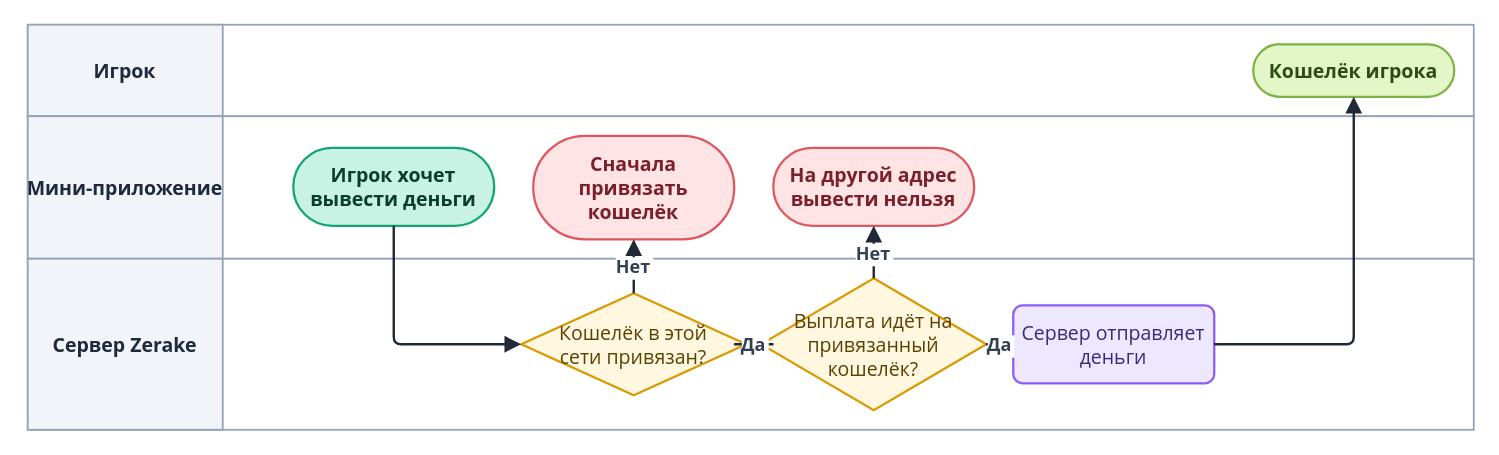
Above: diagrams/drawio/payout-wallet.drawio in LILSUFFER/zerake-docs (draw.io), before the change. Source tidied: cells renumbered, new cells numbered last; positions are measured from the earlier drawing's top-left corner, leaving out a move shared by most shapes. Both pictures are drawn from the tidied source at 150%, with x=0, y=0 at pixel (27, 24).
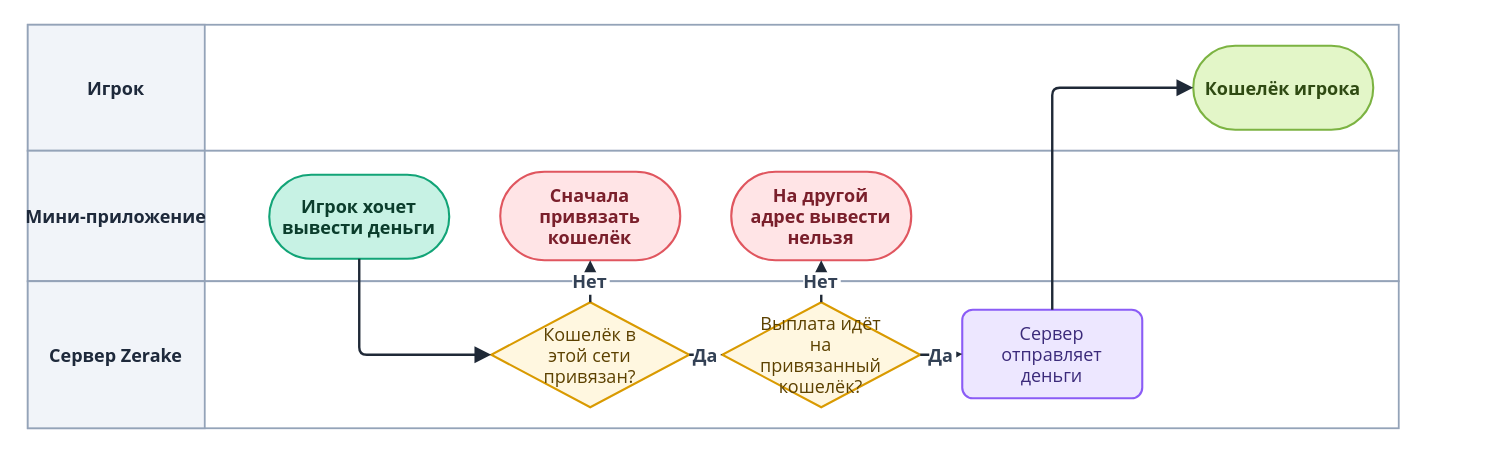
The same page after the edit.

The edit, as a diff of the source:
```diff
@@
     <mxCell id="2" style="rounded=0;html=0;fillColor=#FFFFFF;strokeColor=#94A3B8;strokeWidth=1.2;" parent="1" vertex="1">
-      <mxGeometry width="964" height="61" as="geometry" />
+      <mxGeometry width="914" height="84" as="geometry" />
     </mxCell>
-    <mxCell id="3" value="Игрок" style="rounded=0;html=0;fillColor=#F1F4F9;strokeColor=#94A3B8;strokeWidth=1.2;fontColor=#1E293B;fontStyle=1;fontSize=13;fontFamily=Segoe UI;align=center;verticalAlign=middle;" parent="1" vertex="1">
-      <mxGeometry width="130" height="61" as="geometry" />
+    <mxCell id="3" value="Игрок" style="rounded=0;html=0;fillColor=#F1F4F9;strokeColor=#94A3B8;strokeWidth=1.2;fontColor=#1E293B;fontStyle=1;fontSize=12;fontFamily=Segoe UI;align=center;verticalAlign=middle;" parent="1" vertex="1">
+      <mxGeometry width="118" height="84" as="geometry" />
     </mxCell>
     <mxCell id="4" style="rounded=0;html=0;fillColor=#FFFFFF;strokeColor=#94A3B8;strokeWidth=1.2;" parent="1" vertex="1">
-      <mxGeometry y="61" width="964" height="95" as="geometry" />
+      <mxGeometry y="84" width="914" height="87" as="geometry" />
     </mxCell>
-    <mxCell id="5" value="Мини-приложение" style="rounded=0;html=0;fillColor=#F1F4F9;strokeColor=#94A3B8;strokeWidth=1.2;fontColor=#1E293B;fontStyle=1;fontSize=13;fontFamily=Segoe UI;align=center;verticalAlign=middle;" parent="1" vertex="1">
-      <mxGeometry y="61" width="130" height="95" as="geometry" />
+    <mxCell id="5" value="Мини-приложение" style="rounded=0;html=0;fillColor=#F1F4F9;strokeColor=#94A3B8;strokeWidth=1.2;fontColor=#1E293B;fontStyle=1;fontSize=12;fontFamily=Segoe UI;align=center;verticalAlign=middle;" parent="1" vertex="1">
+      <mxGeometry y="84" width="118" height="87" as="geometry" />
     </mxCell>
     <mxCell id="6" style="rounded=0;html=0;fillColor=#FFFFFF;strokeColor=#94A3B8;strokeWidth=1.2;" parent="1" vertex="1">
-      <mxGeometry y="156" width="964" height="114" as="geometry" />
+      <mxGeometry y="171" width="914" height="98" as="geometry" />
     </mxCell>
-    <mxCell id="7" value="Сервер Zerake" style="rounded=0;html=0;fillColor=#F1F4F9;strokeColor=#94A3B8;strokeWidth=1.2;fontColor=#1E293B;fontStyle=1;fontSize=13;fontFamily=Segoe UI;align=center;verticalAlign=middle;" parent="1" vertex="1">
-      <mxGeometry y="156" width="130" height="114" as="geometry" />
+    <mxCell id="7" value="Сервер Zerake" style="rounded=0;html=0;fillColor=#F1F4F9;strokeColor=#94A3B8;strokeWidth=1.2;fontColor=#1E293B;fontStyle=1;fontSize=12;fontFamily=Segoe UI;align=center;verticalAlign=middle;" parent="1" vertex="1">
+      <mxGeometry y="171" width="118" height="98" as="geometry" />
     </mxCell>
-    <mxCell id="8" value="Игрок хочет&#10;вывести деньги" style="rounded=1;arcSize=50;html=0;fontStyle=1;fillColor=#C7F2E4;strokeColor=#12A477;fontColor=#0B3D2C;fontFamily=Segoe UI;fontSize=13;strokeWidth=1.5;" parent="1" vertex="1">
-      <mxGeometry x="177" y="82" width="134" height="52" as="geometry" />
+    <mxCell id="8" value="Игрок хочет&#10;вывести деньги" style="rounded=1;arcSize=50;html=0;fontStyle=1;fillColor=#C7F2E4;strokeColor=#12A477;fontColor=#0B3D2C;fontFamily=Segoe UI;fontSize=12;strokeWidth=1.4;" parent="1" vertex="1">
+      <mxGeometry x="161" y="100" width="120" height="56" as="geometry" />
     </mxCell>
-    <mxCell id="9" value="Кошелёк в этой&#10;сети привязан?" style="rhombus;html=0;fillColor=#FFF7E0;strokeColor=#D99A00;fontColor=#5C4100;fontFamily=Segoe UI;fontSize=13;strokeWidth=1.5;" parent="1" vertex="1">
-      <mxGeometry x="329" y="179" width="150" height="68" as="geometry" />
+    <mxCell id="9" value="Кошелёк в&#10;этой сети&#10;привязан?" style="rhombus;html=0;fillColor=#FFF7E0;strokeColor=#D99A00;fontColor=#5C4100;fontFamily=Segoe UI;fontSize=12;strokeWidth=1.4;" parent="1" vertex="1">
+      <mxGeometry x="309" y="185" width="132" height="70" as="geometry" />
     </mxCell>
-    <mxCell id="10" value="Сначала&#10;привязать&#10;кошелёк" style="rounded=1;arcSize=50;html=0;fontStyle=1;fillColor=#FFE4E6;strokeColor=#E0565F;fontColor=#7A1F2B;fontFamily=Segoe UI;fontSize=13;strokeWidth=1.5;" parent="1" vertex="1">
-      <mxGeometry x="337" y="74" width="134" height="69" as="geometry" />
+    <mxCell id="10" value="Сначала&#10;привязать&#10;кошелёк" style="rounded=1;arcSize=50;html=0;fontStyle=1;fillColor=#FFE4E6;strokeColor=#E0565F;fontColor=#7A1F2B;fontFamily=Segoe UI;fontSize=12;strokeWidth=1.4;" parent="1" vertex="1">
+      <mxGeometry x="315" y="98" width="120" height="59" as="geometry" />
     </mxCell>
-    <mxCell id="11" value="Выплата идёт на&#10;привязанный&#10;кошелёк?" style="rhombus;html=0;fillColor=#FFF7E0;strokeColor=#D99A00;fontColor=#5C4100;fontFamily=Segoe UI;fontSize=13;strokeWidth=1.5;" parent="1" vertex="1">
-      <mxGeometry x="489" y="169" width="150" height="88" as="geometry" />
+    <mxCell id="11" value="Выплата идёт&#10;на&#10;привязанный&#10;кошелёк?" style="rhombus;html=0;fillColor=#FFF7E0;strokeColor=#D99A00;fontColor=#5C4100;fontFamily=Segoe UI;fontSize=12;strokeWidth=1.4;" parent="1" vertex="1">
+      <mxGeometry x="463" y="185" width="132" height="70" as="geometry" />
     </mxCell>
-    <mxCell id="12" value="На другой адрес&#10;вывести нельзя" style="rounded=1;arcSize=50;html=0;fontStyle=1;fillColor=#FFE4E6;strokeColor=#E0565F;fontColor=#7A1F2B;fontFamily=Segoe UI;fontSize=13;strokeWidth=1.5;" parent="1" vertex="1">
-      <mxGeometry x="497" y="82" width="134" height="52" as="geometry" />
+    <mxCell id="12" value="На другой&#10;адрес вывести&#10;нельзя" style="rounded=1;arcSize=50;html=0;fontStyle=1;fillColor=#FFE4E6;strokeColor=#E0565F;fontColor=#7A1F2B;fontFamily=Segoe UI;fontSize=12;strokeWidth=1.4;" parent="1" vertex="1">
+      <mxGeometry x="469" y="98" width="120" height="59" as="geometry" />
     </mxCell>
-    <mxCell id="13" value="Сервер отправляет&#10;деньги" style="rounded=1;arcSize=12;html=0;fillColor=#EDE7FF;strokeColor=#8B5CF6;fontColor=#3B2A7A;fontFamily=Segoe UI;fontSize=13;strokeWidth=1.5;" parent="1" vertex="1">
-      <mxGeometry x="657" y="187" width="134" height="52" as="geometry" />
+    <mxCell id="13" value="Сервер&#10;отправляет&#10;деньги" style="rounded=1;arcSize=12;html=0;fillColor=#EDE7FF;strokeColor=#8B5CF6;fontColor=#3B2A7A;fontFamily=Segoe UI;fontSize=12;strokeWidth=1.4;" parent="1" vertex="1">
+      <mxGeometry x="623" y="190" width="120" height="59" as="geometry" />
     </mxCell>
-    <mxCell id="14" value="Кошелёк игрока" style="rounded=1;arcSize=50;html=0;fontStyle=1;fillColor=#E3F6C8;strokeColor=#7CB342;fontColor=#2F4A12;fontFamily=Segoe UI;fontSize=13;strokeWidth=1.5;" parent="1" vertex="1">
-      <mxGeometry x="817" y="13" width="134" height="35" as="geometry" />
+    <mxCell id="14" value="Кошелёк игрока" style="rounded=1;arcSize=50;html=0;fontStyle=1;fillColor=#E3F6C8;strokeColor=#7CB342;fontColor=#2F4A12;fontFamily=Segoe UI;fontSize=12;strokeWidth=1.4;" parent="1" vertex="1">
+      <mxGeometry x="777" y="14" width="120" height="56" as="geometry" />
     </mxCell>
@@
-    <mxCell id="20" style="edgeStyle=orthogonalEdgeStyle;rounded=1;arcSize=10;jettySize=auto;html=0;strokeColor=#1F2937;strokeWidth=1.6;endArrow=block;endFill=1;endSize=7;fontFamily=Segoe UI;fontSize=12;fontStyle=1;fontColor=#334155;labelBackgroundColor=#FFFFFF;exitX=1;exitY=0.5;entryX=0.5;entryY=1;" parent="1" edge="1" source="13" target="14">
+    <mxCell id="20" style="edgeStyle=orthogonalEdgeStyle;rounded=1;arcSize=10;jettySize=auto;html=0;strokeColor=#1F2937;strokeWidth=1.6;endArrow=block;endFill=1;endSize=7;fontFamily=Segoe UI;fontSize=12;fontStyle=1;fontColor=#334155;labelBackgroundColor=#FFFFFF;exitX=0.5;exitY=0;entryX=0;entryY=0.5;" parent="1" edge="1" source="13" target="14">
       <mxGeometry relative="1" as="geometry" />
     </mxCell>
```
